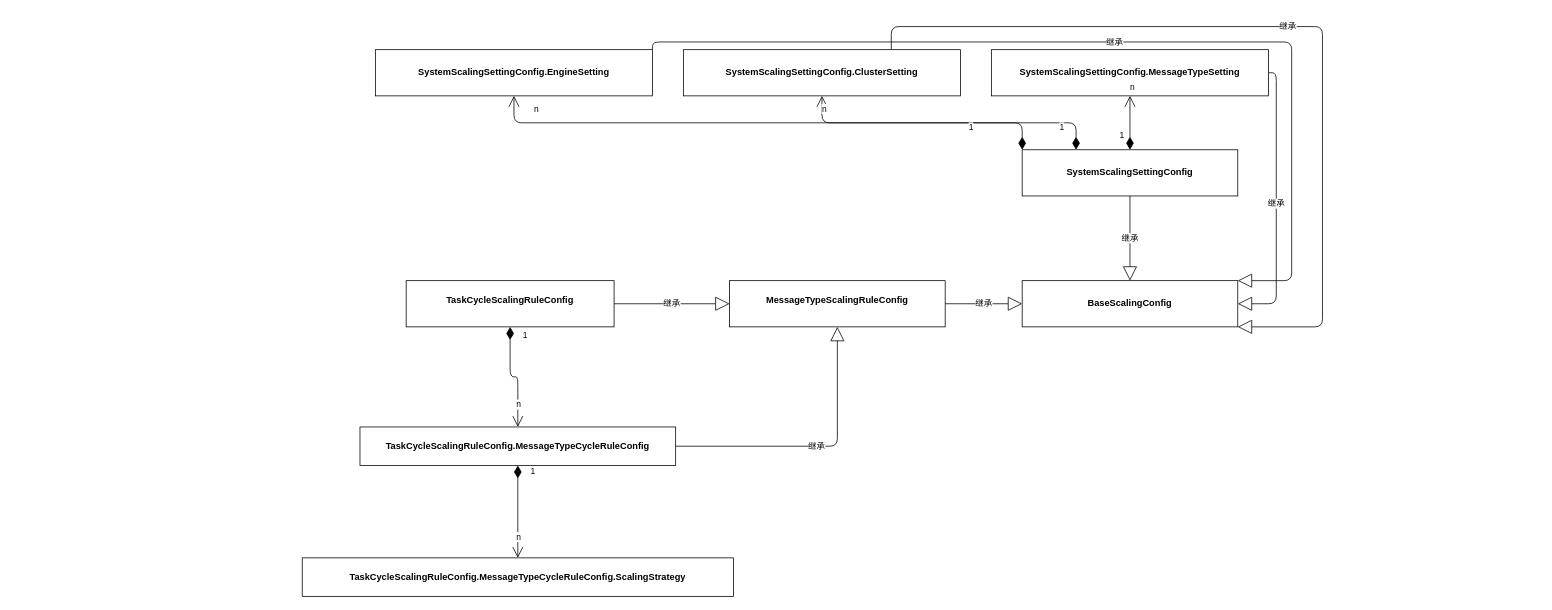
Above: medialive/鹊桥动态扩缩容配置相关类UML.drawio in gaoji1/- (draw.io), before the change. Source tidied: cells renumbered, new cells numbered last; positions are measured from the earlier drawing's top-left corner, leaving out a move shared by most shapes. Both pictures are drawn from the tidied source at 77%, with x=0, y=0 at pixel (302, 26).
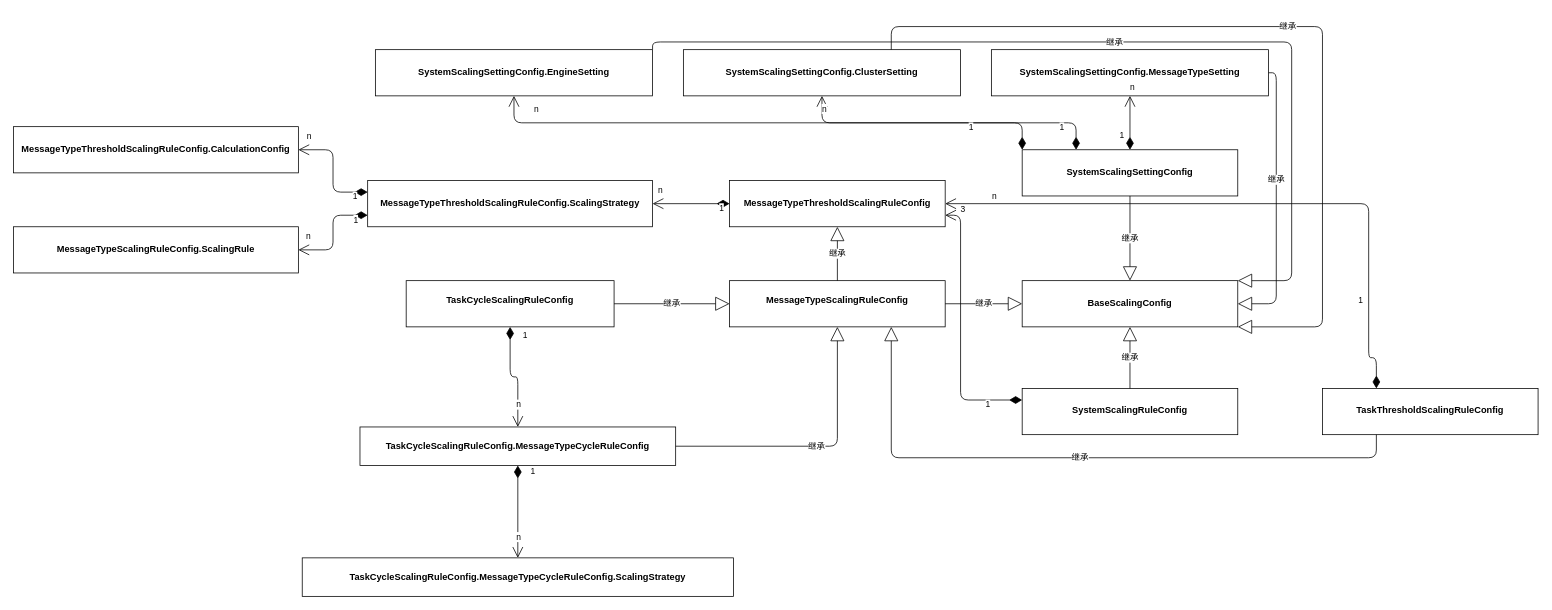
After the change.

Commit message (it also covers changes not shown here):
Update 鹊桥动态扩缩容配置相关类UML.drawio

Unchanged cells that the change refers to:
```xml
<mxCell id="6" value="&lt;p style=&quot;margin: 0px ; margin-top: 4px ; text-align: center&quot;&gt;&lt;br&gt;&lt;b&gt;MessageTypeScalingRuleConfig&lt;/b&gt;&lt;br&gt;&lt;/p&gt;" style="verticalAlign=top;align=left;overflow=fill;fontSize=12;fontFamily=Helvetica;html=1;" parent="1" vertex="1">
  <mxGeometry x="555" y="330" width="280" height="60" as="geometry" />
</mxCell>
<mxCell id="8" value="&lt;p style=&quot;margin: 0px ; margin-top: 4px ; text-align: center&quot;&gt;&lt;br&gt;&lt;/p&gt;&lt;p style=&quot;margin: 0px ; margin-top: 4px ; text-align: center&quot;&gt;BaseScalingConfig&lt;br&gt;&lt;/p&gt;" style="verticalAlign=middle;align=left;overflow=fill;fontSize=12;fontFamily=Helvetica;html=1;fontStyle=1;" parent="1" vertex="1">
  <mxGeometry x="935" y="330" width="280" height="60" as="geometry" />
</mxCell>
<mxCell id="16" value="&lt;p style=&quot;margin: 0px ; margin-top: 4px ; text-align: center&quot;&gt;&lt;br&gt;&lt;/p&gt;&lt;p style=&quot;margin: 0px ; margin-top: 4px ; text-align: center&quot;&gt;SystemScalingSettingConfig.MessageTypeSetting&lt;br&gt;&lt;/p&gt;" style="verticalAlign=middle;align=left;overflow=fill;fontSize=12;fontFamily=Helvetica;html=1;fontStyle=1;" parent="1" vertex="1">
  <mxGeometry x="895" y="30" width="360" height="60" as="geometry" />
</mxCell>
```

What changed in the source:
```diff
@@
     <mxCell id="17" value="继承" style="endArrow=block;endSize=16;endFill=0;html=1;entryX=1;entryY=0.5;entryDx=0;entryDy=0;exitX=1;exitY=0.5;exitDx=0;exitDy=0;edgeStyle=orthogonalEdgeStyle;" parent="1" edge="1" source="16" target="8">
-      <mxGeometry relative="1" as="geometry" />
+      <mxGeometry x="-0.17" relative="1" as="geometry" />
     </mxCell>
@@
+    <mxCell id="28" value="&lt;p style=&quot;margin: 0px ; margin-top: 4px ; text-align: center&quot;&gt;&lt;br&gt;&lt;/p&gt;&lt;p style=&quot;margin: 0px ; margin-top: 4px ; text-align: center&quot;&gt;MessageTypeThresholdScalingRuleConfig&lt;br&gt;&lt;/p&gt;" style="verticalAlign=middle;align=left;overflow=fill;fontSize=12;fontFamily=Helvetica;html=1;fontStyle=1;" parent="1" vertex="1">
+      <mxGeometry x="555" y="200" width="280" height="60" as="geometry" />
+    </mxCell>
+    <mxCell id="29" value="继承" style="endArrow=block;endSize=16;endFill=0;html=1;entryX=0.5;entryY=1;entryDx=0;entryDy=0;exitX=0.5;exitY=0;exitDx=0;exitDy=0;" parent="1" edge="1" source="6" target="28">
+      <mxGeometry relative="1" as="geometry" />
+    </mxCell>
+    <mxCell id="30" value="&lt;p style=&quot;margin: 0px ; margin-top: 4px ; text-align: center&quot;&gt;&lt;br&gt;&lt;/p&gt;&lt;p style=&quot;margin: 0px ; margin-top: 4px ; text-align: center&quot;&gt;MessageTypeThresholdScalingRuleConfig.ScalingStrategy&lt;br&gt;&lt;/p&gt;" style="verticalAlign=middle;align=left;overflow=fill;fontSize=12;fontFamily=Helvetica;html=1;fontStyle=1;" parent="1" vertex="1">
+      <mxGeometry x="85" y="200" width="370" height="60" as="geometry" />
+    </mxCell>
+    <mxCell id="31" value="1" style="endArrow=open;html=1;endSize=12;startArrow=diamondThin;startSize=14;startFill=1;edgeStyle=orthogonalEdgeStyle;align=left;verticalAlign=bottom;exitX=0;exitY=0.5;exitDx=0;exitDy=0;entryX=1;entryY=0.5;entryDx=0;entryDy=0;" parent="1" edge="1" source="28" target="30">
+      <mxGeometry x="-0.71" y="15" relative="1" as="geometry" />
+    </mxCell>
+    <mxCell id="32" value="n" style="edgeLabel;html=1;align=center;verticalAlign=middle;" parent="31" vertex="1">
+      <mxGeometry x="0.83" y="-1" relative="1" as="geometry">
+        <mxPoint x="1" y="-18" as="offset" />
+      </mxGeometry>
+    </mxCell>
+    <mxCell id="33" value="&lt;p style=&quot;margin: 0px ; margin-top: 4px ; text-align: center&quot;&gt;&lt;br&gt;&lt;/p&gt;&lt;p style=&quot;margin: 0px ; margin-top: 4px ; text-align: center&quot;&gt;MessageTypeThresholdScalingRuleConfig.CalculationConfig&lt;br&gt;&lt;/p&gt;" style="verticalAlign=middle;align=left;overflow=fill;fontSize=12;fontFamily=Helvetica;html=1;fontStyle=1;" parent="1" vertex="1">
+      <mxGeometry x="-375" y="130" width="370" height="60" as="geometry" />
+    </mxCell>
+    <mxCell id="34" value="&lt;p style=&quot;margin: 0px ; margin-top: 4px ; text-align: center&quot;&gt;&lt;br&gt;&lt;/p&gt;&lt;p style=&quot;margin: 0px ; margin-top: 4px ; text-align: center&quot;&gt;MessageTypeScalingRuleConfig.ScalingRule&lt;br&gt;&lt;/p&gt;" style="verticalAlign=middle;align=left;overflow=fill;fontSize=12;fontFamily=Helvetica;html=1;fontStyle=1;" parent="1" vertex="1">
+      <mxGeometry x="-375" y="260" width="370" height="60" as="geometry" />
+    </mxCell>
+    <mxCell id="35" value="1" style="endArrow=open;html=1;endSize=12;startArrow=diamondThin;startSize=14;startFill=1;edgeStyle=orthogonalEdgeStyle;align=left;verticalAlign=bottom;exitX=0;exitY=0.25;exitDx=0;exitDy=0;entryX=1;entryY=0.5;entryDx=0;entryDy=0;" parent="1" edge="1" source="30" target="33">
+      <mxGeometry x="-0.71" y="15" relative="1" as="geometry" />
+    </mxCell>
+    <mxCell id="36" value="n" style="edgeLabel;html=1;align=center;verticalAlign=middle;" parent="35" vertex="1">
+      <mxGeometry x="0.83" y="-1" relative="1" as="geometry">
+        <mxPoint x="1" y="-18" as="offset" />
+      </mxGeometry>
+    </mxCell>
+    <mxCell id="37" value="1" style="endArrow=open;html=1;endSize=12;startArrow=diamondThin;startSize=14;startFill=1;edgeStyle=orthogonalEdgeStyle;align=left;verticalAlign=bottom;exitX=0;exitY=0.75;exitDx=0;exitDy=0;entryX=1;entryY=0.5;entryDx=0;entryDy=0;" parent="1" edge="1" source="30" target="34">
+      <mxGeometry x="-0.71" y="15" relative="1" as="geometry" />
+    </mxCell>
+    <mxCell id="38" value="n" style="edgeLabel;html=1;align=center;verticalAlign=middle;" parent="37" vertex="1">
+      <mxGeometry x="0.83" y="-1" relative="1" as="geometry">
+        <mxPoint x="1" y="-18" as="offset" />
+      </mxGeometry>
+    </mxCell>
+    <mxCell id="39" value="&lt;p style=&quot;margin: 0px ; margin-top: 4px ; text-align: center&quot;&gt;&lt;br&gt;&lt;/p&gt;&lt;p style=&quot;margin: 0px ; margin-top: 4px ; text-align: center&quot;&gt;SystemScalingRuleConfig&lt;br&gt;&lt;/p&gt;" style="verticalAlign=middle;align=left;overflow=fill;fontSize=12;fontFamily=Helvetica;html=1;fontStyle=1;" parent="1" vertex="1">
+      <mxGeometry x="935" y="470" width="280" height="60" as="geometry" />
+    </mxCell>
+    <mxCell id="40" value="继承" style="endArrow=block;endSize=16;endFill=0;html=1;entryX=0.5;entryY=1;entryDx=0;entryDy=0;exitX=0.5;exitY=0;exitDx=0;exitDy=0;" parent="1" edge="1" source="39" target="8">
+      <mxGeometry relative="1" as="geometry" />
+    </mxCell>
+    <mxCell id="41" value="1" style="endArrow=open;html=1;endSize=12;startArrow=diamondThin;startSize=14;startFill=1;edgeStyle=orthogonalEdgeStyle;align=left;verticalAlign=bottom;entryX=1;entryY=0.75;entryDx=0;entryDy=0;exitX=0;exitY=0.25;exitDx=0;exitDy=0;" parent="1" edge="1" source="39" target="28">
+      <mxGeometry x="-0.71" y="15" relative="1" as="geometry">
+        <Array as="points">
+          <mxPoint x="855" y="485" />
+          <mxPoint x="855" y="245" />
+        </Array>
+      </mxGeometry>
+    </mxCell>
+    <mxCell id="42" value="3" style="edgeLabel;html=1;align=center;verticalAlign=middle;" parent="41" vertex="1">
+      <mxGeometry x="0.83" y="-1" relative="1" as="geometry">
+        <mxPoint x="1" y="-18" as="offset" />
+      </mxGeometry>
+    </mxCell>
+    <mxCell id="43" value="&lt;p style=&quot;margin: 0px ; margin-top: 4px ; text-align: center&quot;&gt;&lt;br&gt;&lt;/p&gt;&lt;p style=&quot;margin: 0px ; margin-top: 4px ; text-align: center&quot;&gt;TaskThresholdScalingRuleConfig&lt;br&gt;&lt;/p&gt;" style="verticalAlign=middle;align=left;overflow=fill;fontSize=12;fontFamily=Helvetica;html=1;fontStyle=1;" parent="1" vertex="1">
+      <mxGeometry x="1325" y="470" width="280" height="60" as="geometry" />
+    </mxCell>
+    <mxCell id="44" value="1" style="endArrow=open;html=1;endSize=12;startArrow=diamondThin;startSize=14;startFill=1;edgeStyle=orthogonalEdgeStyle;align=left;verticalAlign=bottom;exitX=0.25;exitY=0;exitDx=0;exitDy=0;entryX=1;entryY=0.5;entryDx=0;entryDy=0;" parent="1" edge="1" source="43" target="28">
+      <mxGeometry x="-0.71" y="15" relative="1" as="geometry">
+        <Array as="points">
+          <mxPoint x="1395" y="430" />
+          <mxPoint x="1385" y="430" />
+          <mxPoint x="1385" y="230" />
+        </Array>
+      </mxGeometry>
+    </mxCell>
+    <mxCell id="45" value="n" style="edgeLabel;html=1;align=center;verticalAlign=middle;" parent="44" vertex="1">
+      <mxGeometry x="0.83" y="-1" relative="1" as="geometry">
+        <mxPoint x="-5" y="-9" as="offset" />
+      </mxGeometry>
+    </mxCell>
+    <mxCell id="46" value="继承" style="endArrow=block;endSize=16;endFill=0;html=1;entryX=0.75;entryY=1;entryDx=0;entryDy=0;edgeStyle=orthogonalEdgeStyle;exitX=0.25;exitY=1;exitDx=0;exitDy=0;" parent="1" edge="1" source="43" target="6">
+      <mxGeometry relative="1" as="geometry">
+        <Array as="points">
+          <mxPoint x="1395" y="560" />
+          <mxPoint x="765" y="560" />
+        </Array>
+      </mxGeometry>
+    </mxCell>
```
